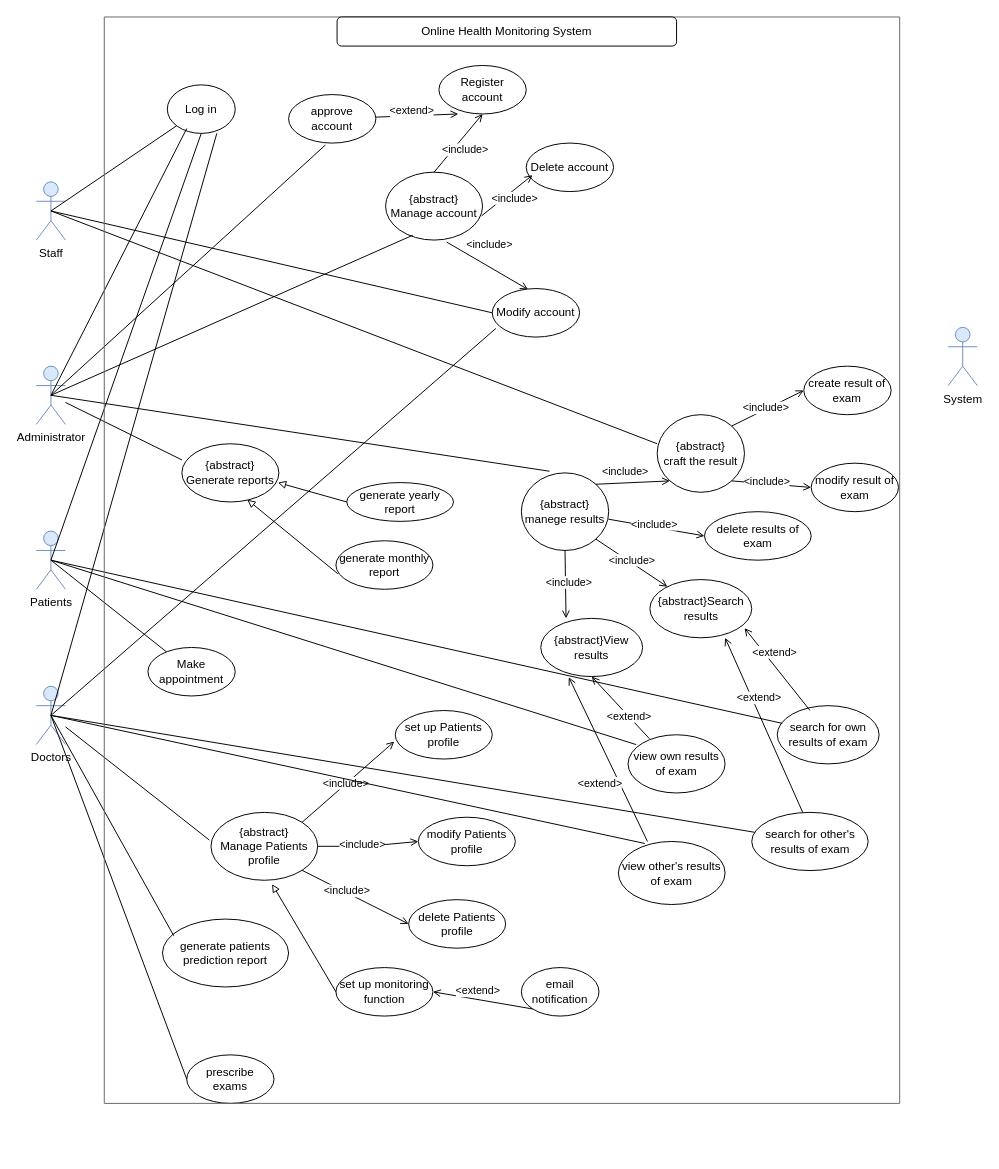
This is use-case.drawio from IndecentTulip/Online-Health-Monitoring-System, a draw.io file, before an edit. Source tidied: cells renumbered, new cells numbered last; positions are measured from the earlier drawing's top-left corner, leaving out a move shared by most shapes. Both pictures are drawn from the tidied source at 97%, with x=0, y=0 at pixel (36, 16).
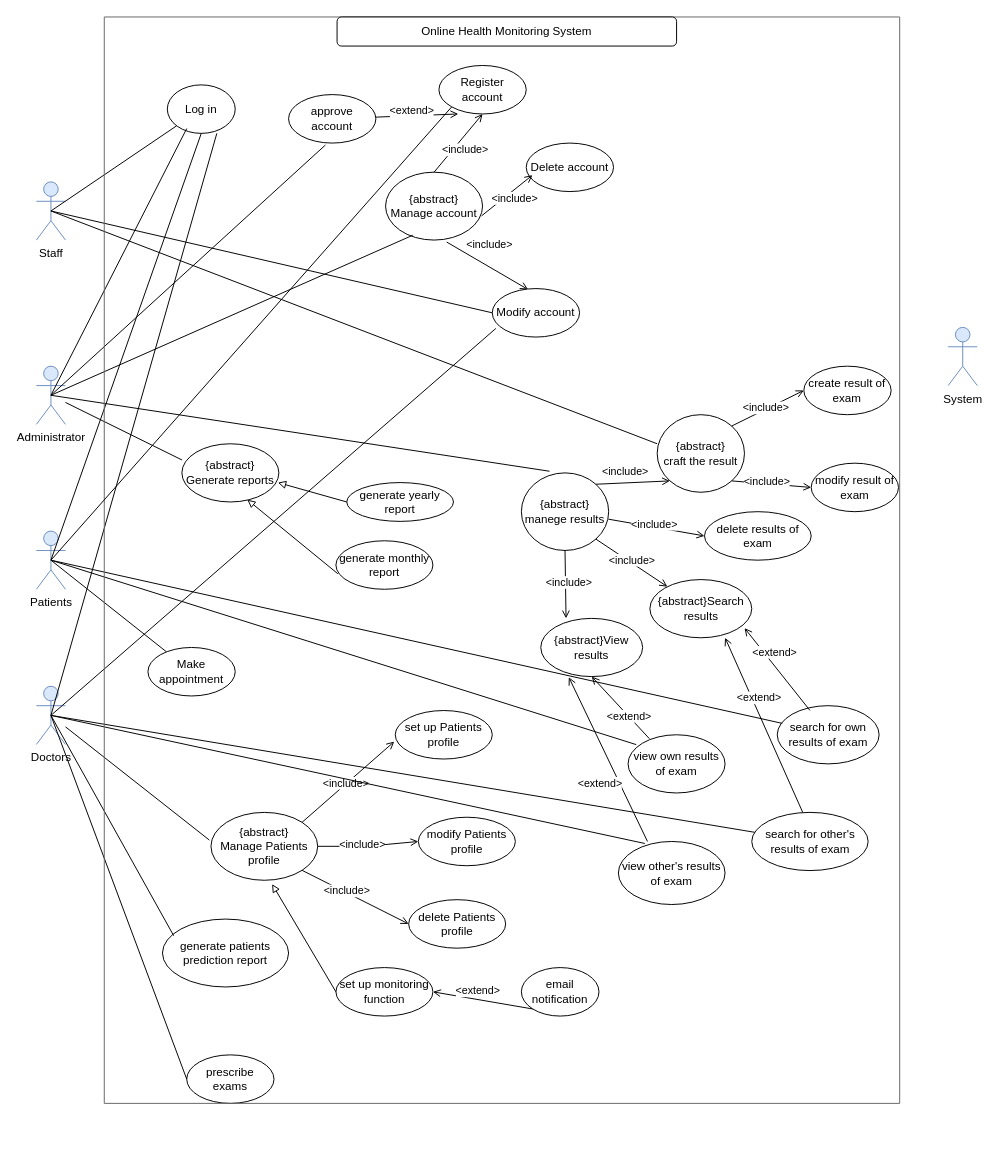
Above is the later version.

The change refers to these unchanged cells:
```xml
<mxCell id="5" value="Patients" style="shape=umlActor;verticalLabelPosition=bottom;verticalAlign=top;html=1;outlineConnect=0;fillColor=#dae8fc;strokeColor=#6c8ebf;" parent="1" vertex="1">
  <mxGeometry y="530" width="30" height="60" as="geometry" />
</mxCell>
<mxCell id="6" value="Register account" style="ellipse;whiteSpace=wrap;html=1;" parent="1" vertex="1">
  <mxGeometry x="415" y="50" width="90" height="50" as="geometry" />
</mxCell>
```

The edit, as a diff of the source:
```diff
@@
+    <mxCell id="97" style="endArrow=none;html=1;rounded=0;exitX=0.5;exitY=0.5;exitDx=0;exitDy=0;exitPerimeter=0;entryX=0;entryY=1;entryDx=0;entryDy=0;" parent="1" edge="1" source="5" target="6">
+      <mxGeometry relative="1" as="geometry" />
+    </mxCell>
```
